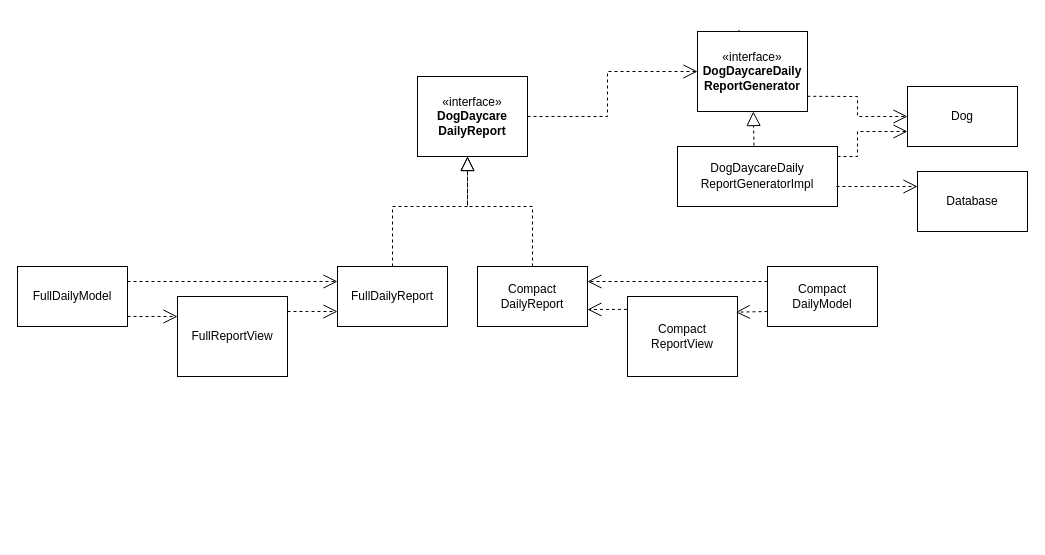
Above: page "OCP" (3 of 9) of docs/SOLID_principles_examples.drawio in ievakrumina/solid-playground (draw.io), before the change. Source tidied: cells renumbered, new cells numbered last; positions are measured from the earlier drawing's top-left corner, leaving out a move shared by most shapes. Both pictures are drawn from the tidied source at 100%, with x=0, y=0 at pixel (17, 31).
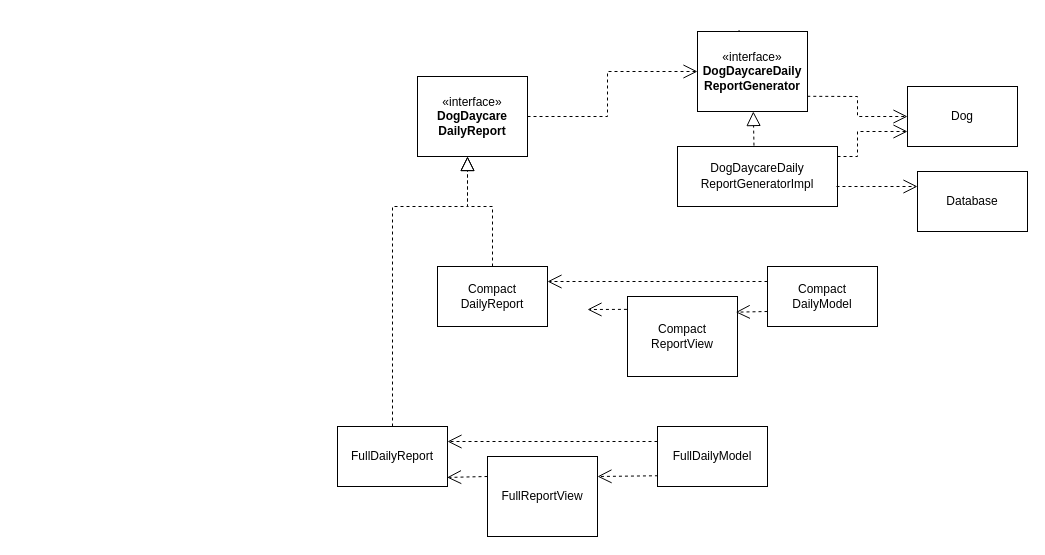
Above is the later version.

What changed in the source:
```diff
@@
     <mxCell id="3" value="FullDailyReport" style="html=1;whiteSpace=wrap;" parent="1" vertex="1">
-      <mxGeometry x="320" y="235" width="110" height="60" as="geometry" />
+      <mxGeometry x="320" y="395" width="110" height="60" as="geometry" />
     </mxCell>
     <mxCell id="4" value="FullDailyModel" style="html=1;whiteSpace=wrap;" parent="1" vertex="1">
-      <mxGeometry y="235" width="110" height="60" as="geometry" />
+      <mxGeometry x="640" y="395" width="110" height="60" as="geometry" />
     </mxCell>
     <mxCell id="5" value="&lt;div&gt;FullReportView&lt;/div&gt;" style="html=1;whiteSpace=wrap;" parent="1" vertex="1">
-      <mxGeometry x="160" y="265" width="110" height="80" as="geometry" />
+      <mxGeometry x="470" y="425" width="110" height="80" as="geometry" />
     </mxCell>
@@
     <mxCell id="9" value="Compact&lt;br&gt;DailyReport" style="html=1;whiteSpace=wrap;" parent="1" vertex="1">
-      <mxGeometry x="460" y="235" width="110" height="60" as="geometry" />
+      <mxGeometry x="420" y="235" width="110" height="60" as="geometry" />
     </mxCell>
@@
     <mxCell id="13" style="endArrow=block;dashed=1;endFill=0;endSize=12;html=1;rounded=0;exitX=0.5;exitY=0;exitDx=0;exitDy=0;" parent="1" edge="1" source="9">
       <mxGeometry relative="1" as="geometry">
         <mxPoint x="450" y="125" as="targetPoint" />
         <Array as="points">
-          <mxPoint x="515" y="175" />
+          <mxPoint x="475" y="175" />
           <mxPoint x="450" y="175" />
         </Array>
       </mxGeometry>
     </mxCell>
-    <mxCell id="14" style="endArrow=open;endSize=12;dashed=1;html=1;rounded=0;entryX=0;entryY=0.75;entryDx=0;entryDy=0;exitX=1;exitY=0.188;exitDx=0;exitDy=0;exitPerimeter=0;" parent="1" edge="1" source="5" target="3">
-      <mxGeometry relative="1" as="geometry">
-        <Array as="points">
-          <mxPoint x="290" y="280" />
-        </Array>
-      </mxGeometry>
+    <mxCell id="14" style="endArrow=open;endSize=12;dashed=1;html=1;rounded=0;entryX=0.996;entryY=0.849;entryDx=0;entryDy=0;exitX=0;exitY=0.25;exitDx=0;exitDy=0;entryPerimeter=0;" parent="1" edge="1" source="5" target="3">
+      <mxGeometry relative="1" as="geometry" />
     </mxCell>
@@
-    <mxCell id="18" style="endArrow=open;endSize=12;dashed=1;html=1;rounded=0;exitX=1;exitY=0.25;exitDx=0;exitDy=0;entryX=0;entryY=0.25;entryDx=0;entryDy=0;" parent="1" edge="1" source="4" target="3">
-      <mxGeometry relative="1" as="geometry">
-        <Array as="points">
-          <mxPoint x="200" y="250" />
-        </Array>
-      </mxGeometry>
+    <mxCell id="18" style="endArrow=open;endSize=12;dashed=1;html=1;rounded=0;exitX=0;exitY=0.25;exitDx=0;exitDy=0;entryX=1;entryY=0.25;entryDx=0;entryDy=0;" parent="1" edge="1" source="4" target="3">
+      <mxGeometry relative="1" as="geometry" />
     </mxCell>
@@
-    <mxCell id="24" style="endArrow=open;endSize=12;dashed=1;html=1;rounded=0;entryX=0;entryY=0.25;entryDx=0;entryDy=0;exitX=1;exitY=0.833;exitDx=0;exitDy=0;exitPerimeter=0;" parent="1" edge="1" source="4" target="5">
+    <mxCell id="24" style="endArrow=open;endSize=12;dashed=1;html=1;rounded=0;exitX=0.004;exitY=0.821;exitDx=0;exitDy=0;entryX=1;entryY=0.25;entryDx=0;entryDy=0;exitPerimeter=0;" parent="1" edge="1" source="4" target="5">
       <mxGeometry relative="1" as="geometry" />
     </mxCell>
```
